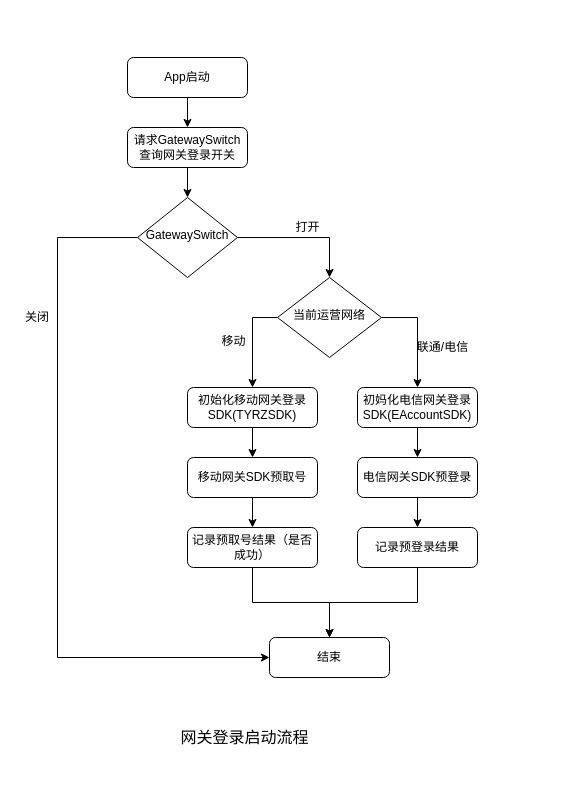
The draw.io diagram page "网关登录启动流程" (1 of 2) of 网关登录.drawio in yuanmeibin/draw, before the edit. Source tidied: cells renumbered, new cells numbered last; positions are measured from the earlier drawing's top-left corner, leaving out a move shared by most shapes. Both pictures are drawn from the tidied source at 100%, with x=0, y=0 at pixel (17, 57).
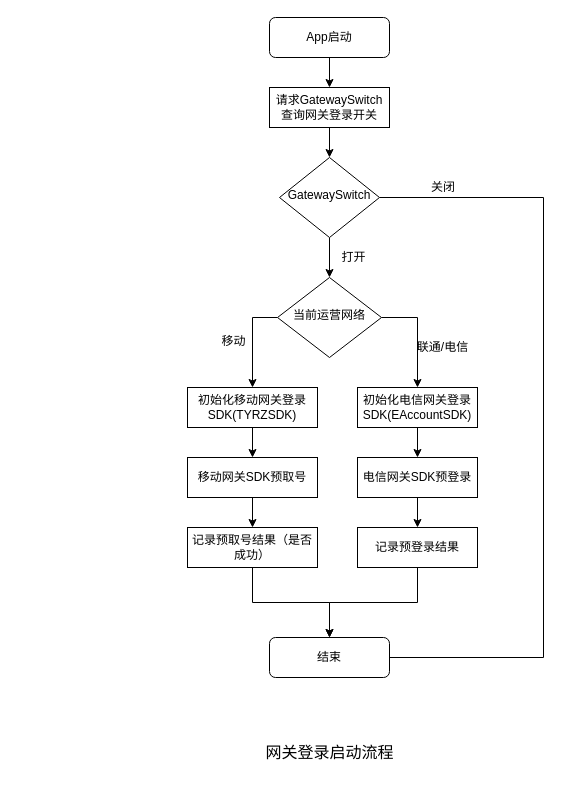
The same diagram, later.

The change refers to these unchanged cells:
```xml
<mxCell id="9" value="当前运营网络" style="rhombus;whiteSpace=wrap;html=1;shadow=0;fontFamily=Helvetica;fontSize=12;align=center;strokeWidth=1;spacing=6;spacingTop=-4;" parent="1" vertex="1">
  <mxGeometry x="260" y="220" width="104" height="80" as="geometry" />
</mxCell>
<mxCell id="10" value="结束" style="rounded=1;whiteSpace=wrap;html=1;fontSize=12;glass=0;strokeWidth=1;shadow=0;" parent="1" vertex="1">
  <mxGeometry x="252" y="580" width="120" height="40" as="geometry" />
</mxCell>
```

Diff of the diagram source:
```diff
@@
     <mxCell id="3" value="App启动" style="rounded=1;whiteSpace=wrap;html=1;fontSize=12;glass=0;strokeWidth=1;shadow=0;" parent="1" vertex="1">
-      <mxGeometry x="110" width="120" height="40" as="geometry" />
+      <mxGeometry x="252" y="-40" width="120" height="40" as="geometry" />
     </mxCell>
-    <mxCell id="4" style="edgeStyle=orthogonalEdgeStyle;rounded=0;jettySize=auto;html=1;exitX=0;exitY=0.5;exitDx=0;exitDy=0;entryX=0;entryY=0.5;entryDx=0;entryDy=0;" parent="1" edge="1" source="6" target="10">
+    <mxCell id="4" style="edgeStyle=orthogonalEdgeStyle;rounded=0;jettySize=auto;html=1;exitX=1;exitY=0.5;exitDx=0;exitDy=0;entryX=0;entryY=0.5;entryDx=0;entryDy=0;" parent="1" edge="1" source="6" target="10">
       <mxGeometry relative="1" as="geometry">
         <Array as="points">
-          <mxPoint x="40" y="180" />
-          <mxPoint x="40" y="600" />
+          <mxPoint x="526" y="140" />
+          <mxPoint x="526" y="600" />
         </Array>
       </mxGeometry>
     </mxCell>
-    <mxCell id="5" style="edgeStyle=orthogonalEdgeStyle;rounded=0;jettySize=auto;html=1;exitX=1;exitY=0.5;exitDx=0;exitDy=0;entryX=0.5;entryY=0;entryDx=0;entryDy=0;" parent="1" edge="1" source="6" target="9">
+    <mxCell id="5" style="edgeStyle=orthogonalEdgeStyle;rounded=0;jettySize=auto;html=1;exitX=0.5;exitY=1;exitDx=0;exitDy=0;entryX=0.5;entryY=0;entryDx=0;entryDy=0;" parent="1" edge="1" source="6" target="9">
       <mxGeometry relative="1" as="geometry" />
     </mxCell>
     <mxCell id="6" value="GatewaySwitch" style="rhombus;whiteSpace=wrap;html=1;shadow=0;fontFamily=Helvetica;fontSize=12;align=center;strokeWidth=1;spacing=6;spacingTop=-4;" parent="1" vertex="1">
-      <mxGeometry x="120" y="140" width="100" height="80" as="geometry" />
+      <mxGeometry x="262" y="100" width="100" height="80" as="geometry" />
     </mxCell>
@@
-    <mxCell id="12" value="请求GatewaySwitch查询网关登录开关" style="rounded=1;whiteSpace=wrap;html=1;" parent="1" vertex="1">
-      <mxGeometry x="110" y="70" width="120" height="40" as="geometry" />
+    <mxCell id="12" value="请求GatewaySwitch查询网关登录开关" style="rounded=1;whiteSpace=wrap;html=1;arcSize=0;" parent="1" vertex="1">
+      <mxGeometry x="252" y="30" width="120" height="40" as="geometry" />
     </mxCell>
     <mxCell id="13" value="关闭" style="text;html=1;strokeColor=none;fillColor=none;align=center;verticalAlign=middle;whiteSpace=wrap;rounded=0;" parent="1" vertex="1">
-      <mxGeometry y="250" width="40" height="20" as="geometry" />
+      <mxGeometry x="406" y="120" width="40" height="20" as="geometry" />
     </mxCell>
@@
-    <mxCell id="15" value="初始化移动网关登录SDK(TYRZSDK)" style="rounded=1;whiteSpace=wrap;html=1;" parent="1" vertex="1">
+    <mxCell id="15" value="初始化移动网关登录SDK(TYRZSDK)" style="rounded=1;whiteSpace=wrap;html=1;arcSize=0;" parent="1" vertex="1">
       <mxGeometry x="170" y="330" width="130" height="40" as="geometry" />
     </mxCell>
@@
-    <mxCell id="17" value="移动网关SDK预取号" style="rounded=1;whiteSpace=wrap;html=1;" parent="1" vertex="1">
+    <mxCell id="17" value="移动网关SDK预取号" style="rounded=1;whiteSpace=wrap;html=1;arcSize=0;" parent="1" vertex="1">
       <mxGeometry x="170" y="400" width="130" height="40" as="geometry" />
     </mxCell>
@@
-    <mxCell id="19" value="记录预取号结果（是否成功）" style="rounded=1;whiteSpace=wrap;html=1;" parent="1" vertex="1">
+    <mxCell id="19" value="记录预取号结果（是否成功）" style="rounded=1;whiteSpace=wrap;html=1;arcSize=0;" parent="1" vertex="1">
       <mxGeometry x="170" y="470" width="130" height="40" as="geometry" />
     </mxCell>
@@
-    <mxCell id="21" value="初妈化电信网关登录SDK(EAccountSDK)" style="rounded=1;whiteSpace=wrap;html=1;" parent="1" vertex="1">
+    <mxCell id="21" value="初始化电信网关登录SDK(EAccountSDK)" style="rounded=1;whiteSpace=wrap;html=1;arcSize=0;" parent="1" vertex="1">
       <mxGeometry x="340" y="330" width="120" height="40" as="geometry" />
     </mxCell>
@@
-    <mxCell id="23" value="电信网关SDK预登录" style="rounded=1;whiteSpace=wrap;html=1;" parent="1" vertex="1">
+    <mxCell id="23" value="电信网关SDK预登录" style="rounded=1;whiteSpace=wrap;html=1;arcSize=0;" parent="1" vertex="1">
       <mxGeometry x="340" y="400" width="120" height="40" as="geometry" />
     </mxCell>
@@
-    <mxCell id="25" value="记录预登录结果" style="rounded=1;whiteSpace=wrap;html=1;" parent="1" vertex="1">
+    <mxCell id="25" value="记录预登录结果" style="rounded=1;whiteSpace=wrap;html=1;arcSize=0;" parent="1" vertex="1">
       <mxGeometry x="340" y="470" width="120" height="40" as="geometry" />
     </mxCell>
@@
     <mxCell id="28" value="打开" style="text;html=1;align=center;verticalAlign=middle;" parent="1" vertex="1">
-      <mxGeometry x="270" y="160" width="40" height="20" as="geometry" />
+      <mxGeometry x="316" y="190" width="40" height="20" as="geometry" />
     </mxCell>
     <mxCell id="29" value="&lt;font style=&quot;font-size: 16px&quot;&gt;网关登录启动流程&lt;/font&gt;" style="text;html=1;strokeColor=none;fillColor=none;align=center;verticalAlign=middle;whiteSpace=wrap;rounded=0;" parent="1" vertex="1">
-      <mxGeometry x="155" y="660" width="145" height="40" as="geometry" />
+      <mxGeometry x="239.5" y="675" width="145" height="40" as="geometry" />
     </mxCell>
```
